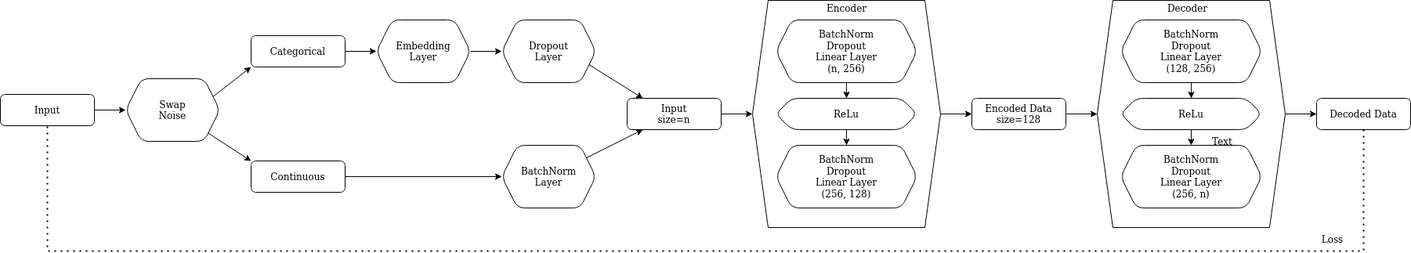
Before: AE_diagram.png, a diagram exported from draw.io (Ortgies/credit_risk). Source tidied: cells renumbered, new cells last; positions are measured from the earlier drawing's top-left corner, leaving out a move shared by most shapes.
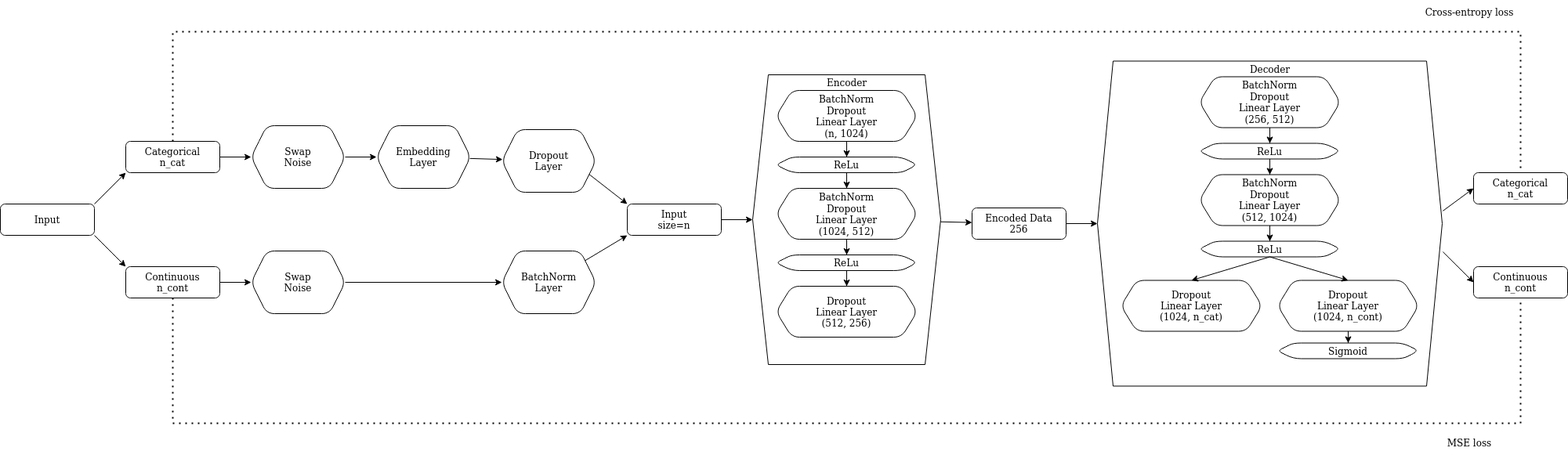
The same file after the commit.

Change to the diagram source:
```diff
@@ -2,41 +2,38 @@
   <root>
     <mxCell id="0" />
     <mxCell id="1" parent="0" />
-    <mxCell id="2" style="edgeStyle=orthogonalEdgeStyle;rounded=0;jettySize=auto;html=1;" parent="1" edge="1" source="3" target="39">
-      <mxGeometry relative="1" as="geometry" />
-    </mxCell>
     <mxCell id="3" value="Input" style="rounded=1;whiteSpace=wrap;html=1;fontSize=12;glass=0;strokeWidth=1;shadow=0;" parent="1" vertex="1">
       <mxGeometry y="120" width="120" height="40" as="geometry" />
     </mxCell>
-    <mxCell id="4" style="edgeStyle=none;rounded=0;jettySize=auto;html=1;" parent="1" edge="1" source="5" target="9">
-      <mxGeometry relative="1" as="geometry" />
-    </mxCell>
+    <mxCell id="42" style="edgeStyle=orthogonalEdgeStyle;rounded=0;jettySize=auto;html=1;" parent="1" edge="1" source="5" target="39">
+      <mxGeometry relative="1" as="geometry" />
+    </mxCell>
-    <mxCell id="5" value="Categorical" style="rounded=1;whiteSpace=wrap;html=1;fontSize=12;glass=0;strokeWidth=1;shadow=0;" parent="1" vertex="1">
-      <mxGeometry x="320" y="45" width="120" height="40" as="geometry" />
+    <mxCell id="5" value="&lt;div&gt;Categorical&lt;/div&gt;&lt;div&gt;n_cat&lt;br&gt;&lt;/div&gt;" style="rounded=1;whiteSpace=wrap;html=1;fontSize=12;glass=0;strokeWidth=1;shadow=0;" parent="1" vertex="1">
+      <mxGeometry x="160" y="40" width="120" height="40" as="geometry" />
     </mxCell>
-    <mxCell id="6" style="edgeStyle=none;rounded=0;jettySize=auto;html=1;" parent="1" edge="1" source="7" target="13">
-      <mxGeometry relative="1" as="geometry" />
-    </mxCell>
+    <mxCell id="43" style="edgeStyle=orthogonalEdgeStyle;rounded=0;jettySize=auto;html=1;" parent="1" edge="1" source="7" target="75">
+      <mxGeometry relative="1" as="geometry" />
+    </mxCell>
-    <mxCell id="7" value="Continuous" style="rounded=1;whiteSpace=wrap;html=1;fontSize=12;glass=0;strokeWidth=1;shadow=0;" parent="1" vertex="1">
-      <mxGeometry x="320" y="205" width="120" height="40" as="geometry" />
+    <mxCell id="7" value="&lt;div&gt;Continuous&lt;/div&gt;n_cont" style="rounded=1;whiteSpace=wrap;html=1;fontSize=12;glass=0;strokeWidth=1;shadow=0;" parent="1" vertex="1">
+      <mxGeometry x="160" y="200" width="120" height="40" as="geometry" />
     </mxCell>
     <mxCell id="8" style="edgeStyle=none;rounded=0;jettySize=auto;html=1;" parent="1" edge="1" source="9" target="11">
       <mxGeometry relative="1" as="geometry" />
     </mxCell>
     <mxCell id="9" value="&lt;div&gt;Embedding&lt;/div&gt;&lt;div&gt;Layer&lt;br&gt;&lt;/div&gt;" style="shape=hexagon;perimeter=hexagonPerimeter2;whiteSpace=wrap;html=1;fixedSize=1;rounded=1;glass=0;strokeWidth=1;shadow=0;" parent="1" vertex="1">
-      <mxGeometry x="480" y="25" width="120" height="80" as="geometry" />
+      <mxGeometry x="480" y="20" width="120" height="80" as="geometry" />
     </mxCell>
-    <mxCell id="10" style="edgeStyle=none;rounded=0;jettySize=auto;html=1;exitX=1;exitY=0.75;exitDx=0;exitDy=0;entryX=0.167;entryY=0;entryDx=0;entryDy=0;entryPerimeter=0;" parent="1" edge="1" source="11" target="16">
+    <mxCell id="10" style="edgeStyle=none;rounded=0;jettySize=auto;html=1;exitX=1;exitY=0.75;exitDx=0;exitDy=0;entryX=0;entryY=0;entryDx=0;entryDy=0;" parent="1" edge="1" source="11" target="16">
       <mxGeometry relative="1" as="geometry" />
     </mxCell>
     <mxCell id="11" value="&lt;div&gt;Dropout&lt;/div&gt;&lt;div&gt;Layer&lt;br&gt;&lt;/div&gt;" style="shape=hexagon;perimeter=hexagonPerimeter2;whiteSpace=wrap;html=1;fixedSize=1;rounded=1;glass=0;strokeWidth=1;shadow=0;" parent="1" vertex="1">
       <mxGeometry x="640" y="25" width="120" height="80" as="geometry" />
     </mxCell>
-    <mxCell id="12" style="edgeStyle=none;rounded=0;jettySize=auto;html=1;" parent="1" edge="1" source="13" target="16">
+    <mxCell id="12" style="edgeStyle=none;rounded=0;jettySize=auto;html=1;entryX=0;entryY=1;entryDx=0;entryDy=0;" parent="1" edge="1" source="13" target="16">
       <mxGeometry relative="1" as="geometry" />
     </mxCell>
     <mxCell id="13" value="&lt;div&gt;BatchNorm&lt;/div&gt;&lt;div&gt;Layer&lt;br&gt;&lt;/div&gt;" style="shape=hexagon;perimeter=hexagonPerimeter2;whiteSpace=wrap;html=1;fixedSize=1;rounded=1;glass=0;strokeWidth=1;shadow=0;" parent="1" vertex="1">
-      <mxGeometry x="640" y="185" width="120" height="80" as="geometry" />
+      <mxGeometry x="640" y="180" width="120" height="80" as="geometry" />
     </mxCell>
     <mxCell id="14" style="edgeStyle=none;rounded=0;orthogonalLoop=1;jettySize=auto;html=1;exitX=0.375;exitY=0;exitDx=0;exitDy=0;" parent="1" edge="1" source="9" target="9">
       <mxGeometry relative="1" as="geometry" />
@@ -45,91 +42,148 @@
       <mxGeometry relative="1" as="geometry" />
     </mxCell>
     <mxCell id="16" value="&lt;div&gt;Input&lt;/div&gt;&lt;div&gt;size=n&lt;br&gt;&lt;/div&gt;" style="whiteSpace=wrap;html=1;rounded=1;glass=0;strokeWidth=1;shadow=0;" parent="1" vertex="1">
-      <mxGeometry x="800" y="125" width="120" height="40" as="geometry" />
+      <mxGeometry x="800" y="120" width="120" height="40" as="geometry" />
     </mxCell>
     <mxCell id="17" style="edgeStyle=none;rounded=0;jettySize=auto;html=1;" parent="1" edge="1" source="18" target="20">
       <mxGeometry relative="1" as="geometry" />
     </mxCell>
     <mxCell id="18" value="&lt;p style=&quot;line-height: 1.1&quot;&gt;&lt;br&gt;&lt;/p&gt;" style="shape=hexagon;perimeter=hexagonPerimeter2;whiteSpace=wrap;html=1;fixedSize=1;" parent="1" vertex="1">
-      <mxGeometry x="960" width="240" height="290" as="geometry" />
+      <mxGeometry x="960" y="-45" width="240" height="370" as="geometry" />
     </mxCell>
     <mxCell id="19" style="edgeStyle=none;rounded=0;jettySize=auto;html=1;" parent="1" edge="1" source="20">
       <mxGeometry relative="1" as="geometry">
         <mxPoint x="1400" y="145" as="targetPoint" />
       </mxGeometry>
     </mxCell>
-    <mxCell id="20" value="&lt;div&gt;Encoded Data&lt;/div&gt;&lt;div&gt;size=128&lt;br&gt;&lt;/div&gt;" style="rounded=1;whiteSpace=wrap;html=1;" parent="1" vertex="1">
+    <mxCell id="20" value="&lt;div&gt;Encoded Data&lt;/div&gt;&lt;div&gt;256&lt;br&gt;&lt;/div&gt;" style="rounded=1;whiteSpace=wrap;html=1;" parent="1" vertex="1">
       <mxGeometry x="1240" y="125" width="120" height="40" as="geometry" />
     </mxCell>
-    <mxCell id="21" style="edgeStyle=none;rounded=0;jettySize=auto;html=1;" parent="1" edge="1" target="22">
-      <mxGeometry relative="1" as="geometry">
-        <mxPoint x="1640" y="145" as="sourcePoint" />
-      </mxGeometry>
-    </mxCell>
-    <mxCell id="22" value="&lt;div&gt;Decoded Data&lt;/div&gt;" style="rounded=1;whiteSpace=wrap;html=1;" parent="1" vertex="1">
-      <mxGeometry x="1680" y="125" width="120" height="40" as="geometry" />
-    </mxCell>
-    <mxCell id="23" style="edgeStyle=none;rounded=0;jettySize=auto;html=1;" parent="1" edge="1" source="24" target="26">
-      <mxGeometry relative="1" as="geometry" />
-    </mxCell>
-    <mxCell id="24" value="&lt;div&gt;BatchNorm&lt;br&gt;&lt;/div&gt;&lt;div&gt;Dropout&lt;br&gt;&lt;/div&gt;&lt;div&gt;Linear Layer&lt;/div&gt;&lt;div&gt;(n, 256)&lt;br&gt;&lt;/div&gt;" style="shape=hexagon;perimeter=hexagonPerimeter2;whiteSpace=wrap;html=1;fixedSize=1;rounded=1;glass=0;strokeWidth=1;shadow=0;" parent="1" vertex="1">
-      <mxGeometry x="990" y="25" width="180" height="80" as="geometry" />
-    </mxCell>
-    <mxCell id="25" style="edgeStyle=none;rounded=0;jettySize=auto;html=1;" parent="1" edge="1" source="26" target="27">
-      <mxGeometry relative="1" as="geometry" />
-    </mxCell>
-    <mxCell id="26" value="ReLu" style="shape=hexagon;perimeter=hexagonPerimeter2;whiteSpace=wrap;html=1;fixedSize=1;rounded=1;glass=0;strokeWidth=1;shadow=0;" parent="1" vertex="1">
-      <mxGeometry x="990" y="125" width="180" height="40" as="geometry" />
-    </mxCell>
-    <mxCell id="27" value="&lt;div&gt;BatchNorm&lt;br&gt;&lt;/div&gt;&lt;div&gt;Dropout&lt;br&gt;&lt;/div&gt;&lt;div&gt;Linear Layer&lt;/div&gt;&lt;div&gt;(256, 128)&lt;br&gt;&lt;/div&gt;" style="shape=hexagon;perimeter=hexagonPerimeter2;whiteSpace=wrap;html=1;fixedSize=1;rounded=1;glass=0;strokeWidth=1;shadow=0;" parent="1" vertex="1">
-      <mxGeometry x="990" y="185" width="180" height="80" as="geometry" />
-    </mxCell>
-    <mxCell id="28" value="&lt;p style=&quot;line-height: 1.1&quot;&gt;&lt;br&gt;&lt;/p&gt;" style="shape=hexagon;perimeter=hexagonPerimeter2;whiteSpace=wrap;html=1;fixedSize=1;" parent="1" vertex="1">
-      <mxGeometry x="1400" width="240" height="290" as="geometry" />
-    </mxCell>
-    <mxCell id="29" style="edgeStyle=none;rounded=0;jettySize=auto;html=1;" parent="1" edge="1" source="30" target="32">
-      <mxGeometry relative="1" as="geometry" />
-    </mxCell>
-    <mxCell id="30" value="&lt;div&gt;BatchNorm&lt;br&gt;&lt;/div&gt;&lt;div&gt;Dropout&lt;br&gt;&lt;/div&gt;&lt;div&gt;Linear Layer&lt;/div&gt;&lt;div&gt;(128, 256)&lt;br&gt;&lt;/div&gt;" style="shape=hexagon;perimeter=hexagonPerimeter2;whiteSpace=wrap;html=1;fixedSize=1;rounded=1;glass=0;strokeWidth=1;shadow=0;" parent="1" vertex="1">
-      <mxGeometry x="1430" y="25" width="180" height="80" as="geometry" />
-    </mxCell>
-    <mxCell id="31" style="edgeStyle=none;rounded=0;jettySize=auto;html=1;" parent="1" edge="1" source="32" target="33">
-      <mxGeometry relative="1" as="geometry" />
-    </mxCell>
-    <mxCell id="32" value="ReLu" style="shape=hexagon;perimeter=hexagonPerimeter2;whiteSpace=wrap;html=1;fixedSize=1;rounded=1;glass=0;strokeWidth=1;shadow=0;" parent="1" vertex="1">
-      <mxGeometry x="1430" y="125" width="180" height="40" as="geometry" />
-    </mxCell>
-    <mxCell id="33" value="&lt;div&gt;BatchNorm&lt;br&gt;&lt;/div&gt;&lt;div&gt;Dropout&lt;br&gt;&lt;/div&gt;&lt;div&gt;Linear Layer&lt;/div&gt;&lt;div&gt;(256, n)&lt;br&gt;&lt;/div&gt;" style="shape=hexagon;perimeter=hexagonPerimeter2;whiteSpace=wrap;html=1;fixedSize=1;rounded=1;glass=0;strokeWidth=1;shadow=0;" parent="1" vertex="1">
-      <mxGeometry x="1430" y="185" width="180" height="80" as="geometry" />
-    </mxCell>
-    <mxCell id="34" style="endArrow=none;dashed=1;html=1;dashPattern=1 3;strokeWidth=2;rounded=0;edgeStyle=orthogonalEdgeStyle;exitX=0.5;exitY=1;exitDx=0;exitDy=0;" parent="1" edge="1" source="22" target="3">
-      <mxGeometry relative="1" as="geometry">
-        <Array as="points">
-          <mxPoint x="1740" y="320" />
-          <mxPoint x="60" y="320" />
-        </Array>
-      </mxGeometry>
-    </mxCell>
     <mxCell id="35" value="Encoder" style="text;html=1;align=center;verticalAlign=middle;strokeColor=none;fillColor=none;" parent="1" vertex="1">
-      <mxGeometry x="1045" width="70" height="20" as="geometry" />
+      <mxGeometry x="1045" y="-45" width="70" height="20" as="geometry" />
     </mxCell>
+    <mxCell id="44" style="edgeStyle=orthogonalEdgeStyle;rounded=0;jettySize=auto;html=1;" parent="1" edge="1" source="39" target="9">
+      <mxGeometry relative="1" as="geometry" />
+    </mxCell>
+    <mxCell id="39" value="&lt;div&gt;Swap&lt;/div&gt;&lt;div&gt;Noise&lt;br&gt;&lt;/div&gt;" style="shape=hexagon;perimeter=hexagonPerimeter2;whiteSpace=wrap;html=1;fixedSize=1;rounded=1;glass=0;strokeWidth=1;shadow=0;" parent="1" vertex="1">
+      <mxGeometry x="320" y="20" width="120" height="80" as="geometry" />
+    </mxCell>
+    <mxCell id="45" style="edgeStyle=orthogonalEdgeStyle;rounded=0;jettySize=auto;html=1;entryX=0.5;entryY=0;entryDx=0;entryDy=0;" parent="1" edge="1" source="46" target="48">
+      <mxGeometry relative="1" as="geometry" />
+    </mxCell>
+    <mxCell id="46" value="&lt;div&gt;BatchNorm&lt;br&gt;&lt;/div&gt;&lt;div&gt;Dropout&lt;br&gt;&lt;/div&gt;&lt;div&gt;Linear Layer&lt;/div&gt;&lt;div&gt;(n, 1024)&lt;br&gt;&lt;/div&gt;" style="shape=hexagon;perimeter=hexagonPerimeter2;whiteSpace=wrap;html=1;fixedSize=1;rounded=1;glass=0;strokeWidth=1;shadow=0;" parent="1" vertex="1">
+      <mxGeometry x="990" y="-25" width="180" height="65" as="geometry" />
+    </mxCell>
+    <mxCell id="47" style="edgeStyle=orthogonalEdgeStyle;rounded=0;jettySize=auto;html=1;" parent="1" edge="1" source="48" target="52">
+      <mxGeometry relative="1" as="geometry" />
+    </mxCell>
+    <mxCell id="48" value="ReLu" style="shape=hexagon;perimeter=hexagonPerimeter2;whiteSpace=wrap;html=1;fixedSize=1;rounded=1;glass=0;strokeWidth=1;shadow=0;" parent="1" vertex="1">
+      <mxGeometry x="990" y="60" width="180" height="20" as="geometry" />
+    </mxCell>
+    <mxCell id="49" style="edgeStyle=orthogonalEdgeStyle;rounded=0;jettySize=auto;html=1;" parent="1" edge="1" source="50" target="53">
+      <mxGeometry relative="1" as="geometry" />
+    </mxCell>
+    <mxCell id="50" value="ReLu" style="shape=hexagon;perimeter=hexagonPerimeter2;whiteSpace=wrap;html=1;fixedSize=1;rounded=1;glass=0;strokeWidth=1;shadow=0;" parent="1" vertex="1">
+      <mxGeometry x="990" y="185" width="180" height="20" as="geometry" />
+    </mxCell>
+    <mxCell id="51" style="edgeStyle=orthogonalEdgeStyle;rounded=0;jettySize=auto;html=1;entryX=0.5;entryY=0;entryDx=0;entryDy=0;" parent="1" edge="1" source="52" target="50">
+      <mxGeometry relative="1" as="geometry" />
+    </mxCell>
+    <mxCell id="52" value="&lt;div&gt;BatchNorm&lt;br&gt;&lt;/div&gt;&lt;div&gt;Dropout&lt;br&gt;&lt;/div&gt;&lt;div&gt;Linear Layer&lt;/div&gt;&lt;div&gt;(1024, 512)&lt;br&gt;&lt;/div&gt;" style="shape=hexagon;perimeter=hexagonPerimeter2;whiteSpace=wrap;html=1;fixedSize=1;rounded=1;glass=0;strokeWidth=1;shadow=0;" parent="1" vertex="1">
+      <mxGeometry x="990" y="100" width="180" height="65" as="geometry" />
+    </mxCell>
+    <mxCell id="53" value="&lt;div&gt;Dropout&lt;br&gt;&lt;/div&gt;&lt;div&gt;Linear Layer&lt;/div&gt;&lt;div&gt;(512, 256)&lt;br&gt;&lt;/div&gt;" style="shape=hexagon;perimeter=hexagonPerimeter2;whiteSpace=wrap;html=1;fixedSize=1;rounded=1;glass=0;strokeWidth=1;shadow=0;" parent="1" vertex="1">
+      <mxGeometry x="990" y="225" width="180" height="65" as="geometry" />
+    </mxCell>
+    <mxCell id="54" value="&lt;p style=&quot;line-height: 1.1&quot;&gt;&lt;br&gt;&lt;/p&gt;" style="shape=hexagon;perimeter=hexagonPerimeter2;whiteSpace=wrap;html=1;fixedSize=1;" parent="1" vertex="1">
+      <mxGeometry x="1400" y="-62.5" width="440" height="415" as="geometry" />
+    </mxCell>
-    <mxCell id="36" value="&lt;div&gt;Decoder&lt;/div&gt;" style="text;html=1;align=center;verticalAlign=middle;strokeColor=none;fillColor=none;" parent="1" vertex="1">
-      <mxGeometry x="1480" width="70" height="20" as="geometry" />
+    <mxCell id="36" value="Decoder" style="text;html=1;align=center;verticalAlign=middle;strokeColor=none;fillColor=none;" parent="1" vertex="1">
+      <mxGeometry x="1585" y="-62.5" width="70" height="20" as="geometry" />
     </mxCell>
-    <mxCell id="37" value="Text" style="text;html=1;strokeColor=none;fillColor=none;align=center;verticalAlign=middle;whiteSpace=wrap;rounded=0;" parent="1" vertex="1">
-      <mxGeometry x="1530" y="165" width="60" height="30" as="geometry" />
-    </mxCell>
-    <mxCell id="38" value="Loss" style="text;html=1;align=center;verticalAlign=middle;strokeColor=none;fillColor=none;" parent="1" vertex="1">
-      <mxGeometry x="1680" y="295" width="40" height="20" as="geometry" />
-    </mxCell>
-    <mxCell id="39" value="&lt;div&gt;Swap&lt;/div&gt;&lt;div&gt;Noise&lt;br&gt;&lt;/div&gt;" style="shape=hexagon;perimeter=hexagonPerimeter2;whiteSpace=wrap;html=1;fixedSize=1;rounded=1;glass=0;strokeWidth=1;shadow=0;" parent="1" vertex="1">
-      <mxGeometry x="160" y="100" width="120" height="80" as="geometry" />
-    </mxCell>
-    <mxCell id="40" style="endArrow=classic;html=1;rounded=0;entryX=0;entryY=0;entryDx=0;entryDy=0;" parent="1" edge="1" source="39" target="7">
-      <mxGeometry relative="1" as="geometry" />
-    </mxCell>
-    <mxCell id="41" style="endArrow=classic;html=1;rounded=0;entryX=0;entryY=1;entryDx=0;entryDy=0;exitX=1;exitY=0.25;exitDx=0;exitDy=0;" parent="1" edge="1" source="39" target="5">
-      <mxGeometry relative="1" as="geometry" />
-    </mxCell>
+    <mxCell id="55" style="edgeStyle=orthogonalEdgeStyle;rounded=0;jettySize=auto;html=1;entryX=0.5;entryY=0;entryDx=0;entryDy=0;" parent="1" edge="1" source="56" target="58">
+      <mxGeometry relative="1" as="geometry" />
+    </mxCell>
+    <mxCell id="56" value="&lt;div&gt;BatchNorm&lt;br&gt;&lt;/div&gt;&lt;div&gt;Dropout&lt;br&gt;&lt;/div&gt;&lt;div&gt;Linear Layer&lt;/div&gt;&lt;div&gt;(256, 512)&lt;br&gt;&lt;/div&gt;" style="shape=hexagon;perimeter=hexagonPerimeter2;whiteSpace=wrap;html=1;fixedSize=1;rounded=1;glass=0;strokeWidth=1;shadow=0;" parent="1" vertex="1">
+      <mxGeometry x="1530" y="-42.5" width="180" height="65" as="geometry" />
+    </mxCell>
+    <mxCell id="57" style="edgeStyle=orthogonalEdgeStyle;rounded=0;jettySize=auto;html=1;" parent="1" edge="1" source="58" target="60">
+      <mxGeometry relative="1" as="geometry" />
+    </mxCell>
+    <mxCell id="58" value="ReLu" style="shape=hexagon;perimeter=hexagonPerimeter2;whiteSpace=wrap;html=1;fixedSize=1;rounded=1;glass=0;strokeWidth=1;shadow=0;" parent="1" vertex="1">
+      <mxGeometry x="1530" y="42.5" width="180" height="20" as="geometry" />
+    </mxCell>
+    <mxCell id="59" style="edgeStyle=orthogonalEdgeStyle;rounded=0;jettySize=auto;html=1;" parent="1" edge="1" source="60" target="61">
+      <mxGeometry relative="1" as="geometry" />
+    </mxCell>
+    <mxCell id="60" value="&lt;div&gt;BatchNorm&lt;br&gt;&lt;/div&gt;&lt;div&gt;Dropout&lt;br&gt;&lt;/div&gt;&lt;div&gt;Linear Layer&lt;/div&gt;&lt;div&gt;(512, 1024)&lt;br&gt;&lt;/div&gt;" style="shape=hexagon;perimeter=hexagonPerimeter2;whiteSpace=wrap;html=1;fixedSize=1;rounded=1;glass=0;strokeWidth=1;shadow=0;" parent="1" vertex="1">
+      <mxGeometry x="1530" y="82.5" width="180" height="65" as="geometry" />
+    </mxCell>
+    <mxCell id="61" value="ReLu" style="shape=hexagon;perimeter=hexagonPerimeter2;whiteSpace=wrap;html=1;fixedSize=1;rounded=1;glass=0;strokeWidth=1;shadow=0;" parent="1" vertex="1">
+      <mxGeometry x="1530" y="167.5" width="180" height="20" as="geometry" />
+    </mxCell>
+    <mxCell id="62" value="&lt;div&gt;Dropout&lt;br&gt;&lt;/div&gt;&lt;div&gt;Linear Layer&lt;/div&gt;&lt;div&gt;(1024, n_cat)&lt;br&gt;&lt;/div&gt;" style="shape=hexagon;perimeter=hexagonPerimeter2;whiteSpace=wrap;html=1;fixedSize=1;rounded=1;glass=0;strokeWidth=1;shadow=0;" parent="1" vertex="1">
+      <mxGeometry x="1430" y="217.5" width="180" height="65" as="geometry" />
+    </mxCell>
+    <mxCell id="63" style="edgeStyle=orthogonalEdgeStyle;rounded=0;jettySize=auto;html=1;" parent="1" edge="1" source="64" target="67">
+      <mxGeometry relative="1" as="geometry" />
+    </mxCell>
+    <mxCell id="64" value="&lt;div&gt;Dropout&lt;br&gt;&lt;/div&gt;&lt;div&gt;Linear Layer&lt;/div&gt;&lt;div&gt;(1024, n_cont)&lt;br&gt;&lt;/div&gt;" style="shape=hexagon;perimeter=hexagonPerimeter2;whiteSpace=wrap;html=1;fixedSize=1;rounded=1;glass=0;strokeWidth=1;shadow=0;" parent="1" vertex="1">
+      <mxGeometry x="1630" y="217.5" width="180" height="65" as="geometry" />
+    </mxCell>
+    <mxCell id="65" style="endArrow=classic;html=1;rounded=0;entryX=0.5;entryY=0;entryDx=0;entryDy=0;exitX=0.5;exitY=1;exitDx=0;exitDy=0;" parent="1" edge="1" source="61" target="64">
+      <mxGeometry relative="1" as="geometry" />
+    </mxCell>
+    <mxCell id="66" style="endArrow=classic;html=1;rounded=0;entryX=0.5;entryY=0;entryDx=0;entryDy=0;exitX=0.5;exitY=1;exitDx=0;exitDy=0;" parent="1" edge="1" source="61" target="62">
+      <mxGeometry relative="1" as="geometry" />
+    </mxCell>
+    <mxCell id="67" value="Sigmoid" style="shape=hexagon;perimeter=hexagonPerimeter2;whiteSpace=wrap;html=1;fixedSize=1;rounded=1;glass=0;strokeWidth=1;shadow=0;" parent="1" vertex="1">
+      <mxGeometry x="1630" y="297.5" width="180" height="20" as="geometry" />
+    </mxCell>
+    <mxCell id="68" value="&lt;div&gt;Categorical&lt;/div&gt;n_cat" style="rounded=1;whiteSpace=wrap;html=1;" parent="1" vertex="1">
+      <mxGeometry x="1880" y="80" width="120" height="40" as="geometry" />
+    </mxCell>
+    <mxCell id="69" value="&lt;div&gt;Continuous&lt;/div&gt;n_cont" style="rounded=1;whiteSpace=wrap;html=1;" parent="1" vertex="1">
+      <mxGeometry x="1880" y="200" width="120" height="40" as="geometry" />
+    </mxCell>
+    <mxCell id="70" style="endArrow=classic;html=1;rounded=0;entryX=0;entryY=0.5;entryDx=0;entryDy=0;exitX=1.002;exitY=0.587;exitDx=0;exitDy=0;exitPerimeter=0;" parent="1" edge="1" source="54" target="69">
+      <mxGeometry relative="1" as="geometry" />
+    </mxCell>
+    <mxCell id="71" style="endArrow=classic;html=1;rounded=0;entryX=0;entryY=0.5;entryDx=0;entryDy=0;exitX=1.002;exitY=0.461;exitDx=0;exitDy=0;exitPerimeter=0;" parent="1" edge="1" source="54" target="68">
+      <mxGeometry relative="1" as="geometry" />
+    </mxCell>
+    <mxCell id="72" style="endArrow=none;dashed=1;html=1;dashPattern=1 3;strokeWidth=2;rounded=0;entryX=0.5;entryY=1;entryDx=0;entryDy=0;exitX=0.5;exitY=1;exitDx=0;exitDy=0;" parent="1" edge="1" source="7" target="69">
+      <mxGeometry relative="1" as="geometry">
+        <Array as="points">
+          <mxPoint x="220" y="400" />
+          <mxPoint x="1940" y="400" />
+        </Array>
+      </mxGeometry>
+    </mxCell>
+    <mxCell id="73" style="endArrow=classic;html=1;rounded=0;entryX=0;entryY=1;entryDx=0;entryDy=0;exitX=1;exitY=0;exitDx=0;exitDy=0;" parent="1" edge="1" source="3" target="5">
+      <mxGeometry relative="1" as="geometry" />
+    </mxCell>
+    <mxCell id="74" style="endArrow=classic;html=1;rounded=0;exitX=1;exitY=1;exitDx=0;exitDy=0;entryX=0;entryY=0;entryDx=0;entryDy=0;" parent="1" edge="1" source="3" target="7">
+      <mxGeometry relative="1" as="geometry" />
+    </mxCell>
+    <mxCell id="75" value="&lt;div&gt;Swap&lt;/div&gt;&lt;div&gt;Noise&lt;br&gt;&lt;/div&gt;" style="shape=hexagon;perimeter=hexagonPerimeter2;whiteSpace=wrap;html=1;fixedSize=1;rounded=1;glass=0;strokeWidth=1;shadow=0;" parent="1" vertex="1">
+      <mxGeometry x="320" y="180" width="120" height="80" as="geometry" />
+    </mxCell>
+    <mxCell id="76" style="endArrow=classic;html=1;rounded=0;exitX=1;exitY=0.5;exitDx=0;exitDy=0;entryX=0;entryY=0.5;entryDx=0;entryDy=0;" parent="1" edge="1" source="75" target="13">
+      <mxGeometry relative="1" as="geometry" />
+    </mxCell>
+    <mxCell id="77" style="endArrow=none;dashed=1;html=1;dashPattern=1 3;strokeWidth=2;rounded=0;entryX=0.5;entryY=0;entryDx=0;entryDy=0;exitX=0.5;exitY=0;exitDx=0;exitDy=0;" parent="1" edge="1" source="5" target="68">
+      <mxGeometry relative="1" as="geometry">
+        <Array as="points">
+          <mxPoint x="220" y="-100" />
+          <mxPoint x="1940" y="-100" />
+        </Array>
+      </mxGeometry>
+    </mxCell>
+    <mxCell id="78" value="Cross-entropy loss" style="text;html=1;strokeColor=none;fillColor=none;align=center;verticalAlign=middle;whiteSpace=wrap;rounded=0;" parent="1" vertex="1">
+      <mxGeometry x="1810" y="-140" width="130" height="30" as="geometry" />
+    </mxCell>
+    <mxCell id="79" value="MSE loss" style="text;html=1;strokeColor=none;fillColor=none;align=center;verticalAlign=middle;whiteSpace=wrap;rounded=0;" parent="1" vertex="1">
+      <mxGeometry x="1810" y="410" width="130" height="30" as="geometry" />
+    </mxCell>
   </root>
 </mxGraphModel>
```
